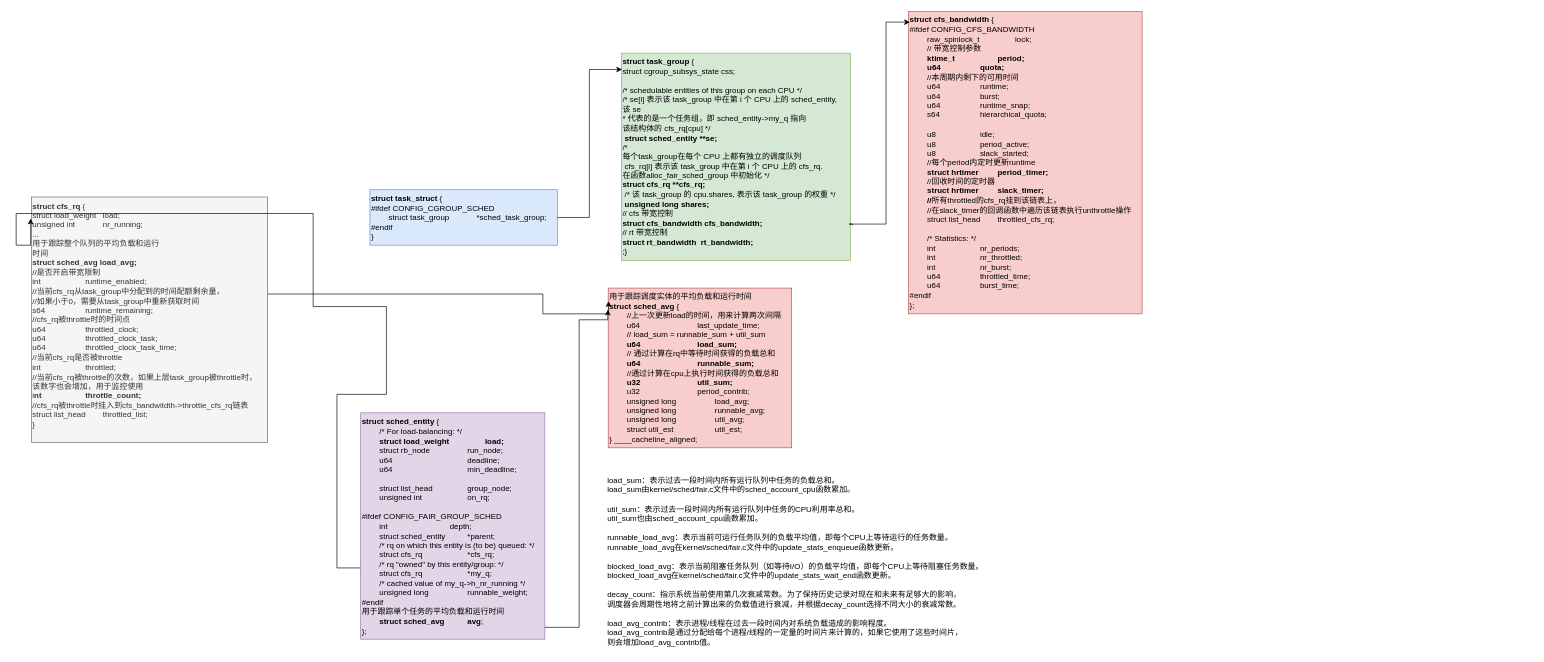
The draw.io diagram page "group" (5 of 5) of kernel.drawio in chentao-kernel/drawio, before the edit. Source tidied: cells renumbered, new cells numbered last; positions are measured from the earlier drawing's top-left corner, leaving out a move shared by most shapes. Both pictures are drawn from the tidied source at 66%, with x=0, y=0 at pixel (16, 11).
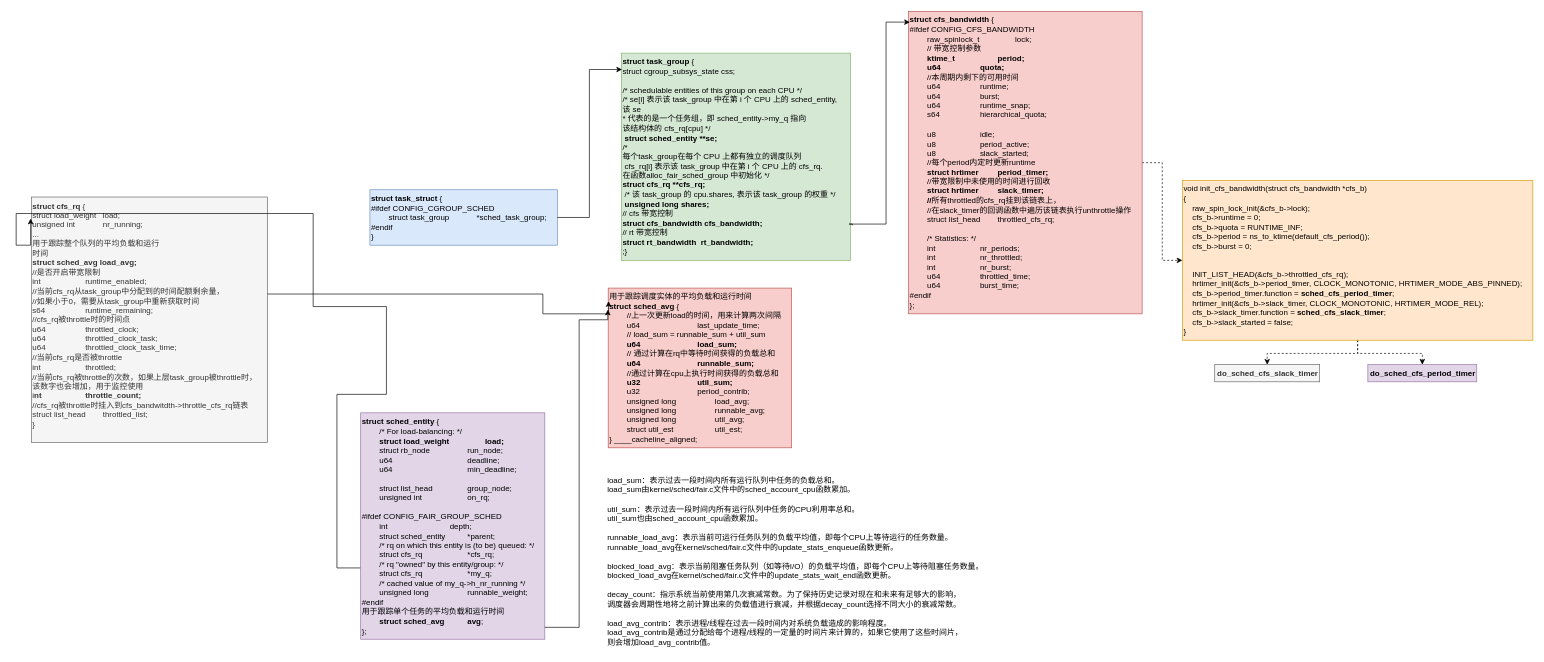
The same page after the edit.

Change to the diagram source:
```diff
@@
+    <mxCell id="14" style="edgeStyle=orthogonalEdgeStyle;rounded=0;jettySize=auto;html=1;dashed=1;" parent="1" edge="1" source="11" target="17">
+      <mxGeometry relative="1" as="geometry" />
+    </mxCell>
-    <mxCell id="11" value="&lt;div&gt;&lt;b&gt;struct cfs_bandwidth&lt;/b&gt; {&lt;/div&gt;&lt;div&gt;#ifdef CONFIG_CFS_BANDWIDTH&lt;/div&gt;&lt;div&gt;&lt;span style=&quot;white-space-collapse: collapse;&quot;&gt;&lt;span style=&quot;white-space-collapse: preserve;&quot;&gt;&#9;&lt;/span&gt;raw_spinlock_t&lt;span style=&quot;white-space-collapse: preserve;&quot;&gt;&#9;&#9;&lt;/span&gt;lock;&lt;/span&gt;&lt;/div&gt;&lt;div&gt;&lt;span style=&quot;white-space-collapse: collapse;&quot;&gt;&lt;span style=&quot;white-space: pre;&quot;&gt;&#9;&lt;/span&gt;// 带宽控制参数&lt;br&gt;&lt;/span&gt;&lt;/div&gt;&lt;div&gt;&lt;span style=&quot;white-space-collapse: collapse;&quot;&gt;&lt;b&gt;&lt;span style=&quot;white-space-collapse: preserve;&quot;&gt;&#9;&lt;/span&gt;ktime_t&lt;span style=&quot;white-space-collapse: preserve;&quot;&gt;&#9;&#9;&#9;&lt;/span&gt;period;&lt;/b&gt;&lt;/span&gt;&lt;/div&gt;&lt;div&gt;&lt;span style=&quot;white-space-collapse: collapse;&quot;&gt;&lt;b&gt;&lt;span style=&quot;white-space-collapse: preserve;&quot;&gt;&#9;&lt;/span&gt;u64&lt;span style=&quot;white-space-collapse: preserve;&quot;&gt;&#9;&#9;&#9;&lt;/span&gt;quota;&lt;/b&gt;&lt;/span&gt;&lt;/div&gt;&lt;div&gt;&lt;span style=&quot;white-space-collapse: collapse;&quot;&gt;&lt;span style=&quot;white-space: pre;&quot;&gt;&#9;&lt;/span&gt;//本周期内剩下的可用时间&lt;br&gt;&lt;/span&gt;&lt;/div&gt;&lt;div&gt;&lt;span style=&quot;white-space-collapse: collapse;&quot;&gt;&lt;span style=&quot;white-space-collapse: preserve;&quot;&gt;&#9;&lt;/span&gt;u64&lt;span style=&quot;white-space-collapse: preserve;&quot;&gt;&#9;&#9;&#9;&lt;/span&gt;runtime;&lt;/span&gt;&lt;/div&gt;&lt;div&gt;&lt;span style=&quot;white-space-collapse: collapse;&quot;&gt;&lt;span style=&quot;white-space-collapse: preserve;&quot;&gt;&#9;&lt;/span&gt;u64&lt;span style=&quot;white-space-collapse: preserve;&quot;&gt;&#9;&#9;&#9;&lt;/span&gt;burst;&lt;/span&gt;&lt;/div&gt;&lt;div&gt;&lt;span style=&quot;white-space-collapse: collapse;&quot;&gt;&lt;span style=&quot;white-space-collapse: preserve;&quot;&gt;&#9;&lt;/span&gt;u64&lt;span style=&quot;white-space-collapse: preserve;&quot;&gt;&#9;&#9;&#9;&lt;/span&gt;runtime_snap;&lt;/span&gt;&lt;/div&gt;&lt;div&gt;&lt;span style=&quot;white-space-collapse: collapse;&quot;&gt;&lt;span style=&quot;white-space-collapse: preserve;&quot;&gt;&#9;&lt;/span&gt;s64&lt;span style=&quot;white-space-collapse: preserve;&quot;&gt;&#9;&#9;&#9;&lt;/span&gt;hierarchical_quota;&lt;/span&gt;&lt;/div&gt;&lt;div&gt;&lt;br&gt;&lt;/div&gt;&lt;div&gt;&lt;span style=&quot;white-space-collapse: collapse;&quot;&gt;&lt;span style=&quot;white-space-collapse: preserve;&quot;&gt;&#9;&lt;/span&gt;u8&lt;span style=&quot;white-space-collapse: preserve;&quot;&gt;&#9;&#9;&#9;&lt;/span&gt;idle;&lt;/span&gt;&lt;/div&gt;&lt;div&gt;&lt;span style=&quot;white-space-collapse: collapse;&quot;&gt;&lt;span style=&quot;white-space-collapse: preserve;&quot;&gt;&#9;&lt;/span&gt;u8&lt;span style=&quot;white-space-collapse: preserve;&quot;&gt;&#9;&#9;&#9;&lt;/span&gt;period_active;&lt;/span&gt;&lt;/div&gt;&lt;div&gt;&lt;span style=&quot;white-space-collapse: collapse;&quot;&gt;&lt;span style=&quot;white-space-collapse: preserve;&quot;&gt;&#9;&lt;/span&gt;u8&lt;span style=&quot;white-space-collapse: preserve;&quot;&gt;&#9;&#9;&#9;&lt;/span&gt;slack_started;&lt;/span&gt;&lt;/div&gt;&lt;div&gt;&lt;span style=&quot;white-space-collapse: collapse;&quot;&gt;&lt;span style=&quot;white-space: pre;&quot;&gt;&#9;&lt;/span&gt;//&lt;/span&gt;&lt;span style=&quot;background-color: initial;&quot;&gt;每个period内定时更新runtime&lt;/span&gt;&lt;span style=&quot;white-space-collapse: collapse;&quot;&gt;&lt;br&gt;&lt;/span&gt;&lt;/div&gt;&lt;div&gt;&lt;span style=&quot;white-space-collapse: collapse;&quot;&gt;&lt;b&gt;&lt;span style=&quot;white-space-collapse: preserve;&quot;&gt;&#9;&lt;/span&gt;struct hrtimer&lt;span style=&quot;white-space-collapse: preserve;&quot;&gt;&#9;&#9;&lt;/span&gt;period_timer;&lt;/b&gt;&lt;/span&gt;&lt;/div&gt;&lt;div&gt;&lt;span style=&quot;white-space-collapse: collapse;&quot;&gt;&lt;span style=&quot;font-weight: bold; white-space: pre;&quot;&gt;&#9;&lt;/span&gt;//回收时间的定时器&lt;br&gt;&lt;/span&gt;&lt;/div&gt;&lt;div&gt;&lt;span style=&quot;white-space-collapse: collapse;&quot;&gt;&lt;b&gt;&lt;span style=&quot;white-space-collapse: preserve;&quot;&gt;&#9;&lt;/span&gt;struct hrtimer&lt;span style=&quot;white-space-collapse: preserve;&quot;&gt;&#9;&#9;&lt;/span&gt;slack_timer;&lt;/b&gt;&lt;/span&gt;&lt;/div&gt;&lt;div&gt;&lt;span style=&quot;white-space-collapse: collapse;&quot;&gt;&lt;b&gt;&lt;span style=&quot;white-space: pre;&quot;&gt;&#9;&lt;/span&gt;//&lt;/b&gt;&lt;/span&gt;&lt;span style=&quot;background-color: initial;&quot;&gt;所有throttled的cfs_rq挂到该链表上，&lt;/span&gt;&lt;/div&gt;&lt;div&gt;&lt;span style=&quot;background-color: initial;&quot;&gt;&lt;span style=&quot;white-space: pre;&quot;&gt;&#9;&lt;/span&gt;//在slack_timer的回调函数中遍历该链表执行unthrottle操作&lt;/span&gt;&lt;span style=&quot;white-space-collapse: collapse;&quot;&gt;&lt;b&gt;&lt;br&gt;&lt;/b&gt;&lt;/span&gt;&lt;/div&gt;&lt;div&gt;&lt;span style=&quot;white-space-collapse: collapse;&quot;&gt;&lt;span style=&quot;white-space-collapse: preserve;&quot;&gt;&#9;&lt;/span&gt;struct list_head&lt;span style=&quot;white-space-collapse: preserve;&quot;&gt;&#9;&lt;/span&gt;throttled_cfs_rq;&lt;/span&gt;&lt;/div&gt;&lt;div&gt;&lt;br&gt;&lt;/div&gt;&lt;div&gt;&lt;span style=&quot;white-space-collapse: collapse;&quot;&gt;&lt;span style=&quot;white-space-collapse: preserve;&quot;&gt;&#9;&lt;/span&gt;/* Statistics: */&lt;/span&gt;&lt;/div&gt;&lt;div&gt;&lt;span style=&quot;white-space-collapse: collapse;&quot;&gt;&lt;span style=&quot;white-space-collapse: preserve;&quot;&gt;&#9;&lt;/span&gt;int&lt;span style=&quot;white-space-collapse: preserve;&quot;&gt;&#9;&#9;&#9;&lt;/span&gt;nr_periods;&lt;/span&gt;&lt;/div&gt;&lt;div&gt;&lt;span style=&quot;white-space-collapse: collapse;&quot;&gt;&lt;span style=&quot;white-space-collapse: preserve;&quot;&gt;&#9;&lt;/span&gt;int&lt;span style=&quot;white-space-collapse: preserve;&quot;&gt;&#9;&#9;&#9;&lt;/span&gt;nr_throttled;&lt;/span&gt;&lt;/div&gt;&lt;div&gt;&lt;span style=&quot;white-space-collapse: collapse;&quot;&gt;&lt;span style=&quot;white-space-collapse: preserve;&quot;&gt;&#9;&lt;/span&gt;int&lt;span style=&quot;white-space-collapse: preserve;&quot;&gt;&#9;&#9;&#9;&lt;/span&gt;nr_burst;&lt;/span&gt;&lt;/div&gt;&lt;div&gt;&lt;span style=&quot;white-space-collapse: collapse;&quot;&gt;&lt;span style=&quot;white-space-collapse: preserve;&quot;&gt;&#9;&lt;/span&gt;u64&lt;span style=&quot;white-space-collapse: preserve;&quot;&gt;&#9;&#9;&#9;&lt;/span&gt;throttled_time;&lt;/span&gt;&lt;/div&gt;&lt;div&gt;&lt;span style=&quot;white-space-collapse: collapse;&quot;&gt;&lt;span style=&quot;white-space-collapse: preserve;&quot;&gt;&#9;&lt;/span&gt;u64&lt;span style=&quot;white-space-collapse: preserve;&quot;&gt;&#9;&#9;&#9;&lt;/span&gt;burst_time;&lt;/span&gt;&lt;/div&gt;&lt;div&gt;#endif&lt;/div&gt;&lt;div&gt;};&lt;/div&gt;" style="text;html=1;align=left;verticalAlign=middle;points=[];strokeColor=#b85450;fillColor=#f8cecc;" parent="1" vertex="1">
+    <mxCell id="11" value="&lt;div&gt;&lt;b&gt;struct cfs_bandwidth&lt;/b&gt; {&lt;/div&gt;&lt;div&gt;#ifdef CONFIG_CFS_BANDWIDTH&lt;/div&gt;&lt;div&gt;&lt;span style=&quot;white-space-collapse: collapse;&quot;&gt;&lt;span style=&quot;white-space-collapse: preserve;&quot;&gt;&#9;&lt;/span&gt;raw_spinlock_t&lt;span style=&quot;white-space-collapse: preserve;&quot;&gt;&#9;&#9;&lt;/span&gt;lock;&lt;/span&gt;&lt;/div&gt;&lt;div&gt;&lt;span style=&quot;white-space-collapse: collapse;&quot;&gt;&lt;span style=&quot;white-space: pre;&quot;&gt;&#9;&lt;/span&gt;// 带宽控制参数&lt;br&gt;&lt;/span&gt;&lt;/div&gt;&lt;div&gt;&lt;span style=&quot;white-space-collapse: collapse;&quot;&gt;&lt;b&gt;&lt;span style=&quot;white-space-collapse: preserve;&quot;&gt;&#9;&lt;/span&gt;ktime_t&lt;span style=&quot;white-space-collapse: preserve;&quot;&gt;&#9;&#9;&#9;&lt;/span&gt;period;&lt;/b&gt;&lt;/span&gt;&lt;/div&gt;&lt;div&gt;&lt;span style=&quot;white-space-collapse: collapse;&quot;&gt;&lt;b&gt;&lt;span style=&quot;white-space-collapse: preserve;&quot;&gt;&#9;&lt;/span&gt;u64&lt;span style=&quot;white-space-collapse: preserve;&quot;&gt;&#9;&#9;&#9;&lt;/span&gt;quota;&lt;/b&gt;&lt;/span&gt;&lt;/div&gt;&lt;div&gt;&lt;span style=&quot;white-space-collapse: collapse;&quot;&gt;&lt;span style=&quot;white-space: pre;&quot;&gt;&#9;&lt;/span&gt;//本周期内剩下的可用时间&lt;br&gt;&lt;/span&gt;&lt;/div&gt;&lt;div&gt;&lt;span style=&quot;white-space-collapse: collapse;&quot;&gt;&lt;span style=&quot;white-space-collapse: preserve;&quot;&gt;&#9;&lt;/span&gt;u64&lt;span style=&quot;white-space-collapse: preserve;&quot;&gt;&#9;&#9;&#9;&lt;/span&gt;runtime;&lt;/span&gt;&lt;/div&gt;&lt;div&gt;&lt;span style=&quot;white-space-collapse: collapse;&quot;&gt;&lt;span style=&quot;white-space-collapse: preserve;&quot;&gt;&#9;&lt;/span&gt;u64&lt;span style=&quot;white-space-collapse: preserve;&quot;&gt;&#9;&#9;&#9;&lt;/span&gt;burst;&lt;/span&gt;&lt;/div&gt;&lt;div&gt;&lt;span style=&quot;white-space-collapse: collapse;&quot;&gt;&lt;span style=&quot;white-space-collapse: preserve;&quot;&gt;&#9;&lt;/span&gt;u64&lt;span style=&quot;white-space-collapse: preserve;&quot;&gt;&#9;&#9;&#9;&lt;/span&gt;runtime_snap;&lt;/span&gt;&lt;/div&gt;&lt;div&gt;&lt;span style=&quot;white-space-collapse: collapse;&quot;&gt;&lt;span style=&quot;white-space-collapse: preserve;&quot;&gt;&#9;&lt;/span&gt;s64&lt;span style=&quot;white-space-collapse: preserve;&quot;&gt;&#9;&#9;&#9;&lt;/span&gt;hierarchical_quota;&lt;/span&gt;&lt;/div&gt;&lt;div&gt;&lt;br&gt;&lt;/div&gt;&lt;div&gt;&lt;span style=&quot;white-space-collapse: collapse;&quot;&gt;&lt;span style=&quot;white-space-collapse: preserve;&quot;&gt;&#9;&lt;/span&gt;u8&lt;span style=&quot;white-space-collapse: preserve;&quot;&gt;&#9;&#9;&#9;&lt;/span&gt;idle;&lt;/span&gt;&lt;/div&gt;&lt;div&gt;&lt;span style=&quot;white-space-collapse: collapse;&quot;&gt;&lt;span style=&quot;white-space-collapse: preserve;&quot;&gt;&#9;&lt;/span&gt;u8&lt;span style=&quot;white-space-collapse: preserve;&quot;&gt;&#9;&#9;&#9;&lt;/span&gt;period_active;&lt;/span&gt;&lt;/div&gt;&lt;div&gt;&lt;span style=&quot;white-space-collapse: collapse;&quot;&gt;&lt;span style=&quot;white-space-collapse: preserve;&quot;&gt;&#9;&lt;/span&gt;u8&lt;span style=&quot;white-space-collapse: preserve;&quot;&gt;&#9;&#9;&#9;&lt;/span&gt;slack_started;&lt;/span&gt;&lt;/div&gt;&lt;div&gt;&lt;span style=&quot;white-space-collapse: collapse;&quot;&gt;&lt;span style=&quot;white-space: pre;&quot;&gt;&#9;&lt;/span&gt;//&lt;/span&gt;&lt;span style=&quot;background-color: initial;&quot;&gt;每个period内定时更新runtime&lt;/span&gt;&lt;span style=&quot;white-space-collapse: collapse;&quot;&gt;&lt;br&gt;&lt;/span&gt;&lt;/div&gt;&lt;div&gt;&lt;span style=&quot;white-space-collapse: collapse;&quot;&gt;&lt;b&gt;&lt;span style=&quot;white-space-collapse: preserve;&quot;&gt;&#9;&lt;/span&gt;struct hrtimer&lt;span style=&quot;white-space-collapse: preserve;&quot;&gt;&#9;&#9;&lt;/span&gt;period_timer;&lt;/b&gt;&lt;/span&gt;&lt;/div&gt;&lt;div&gt;&lt;span style=&quot;white-space-collapse: collapse;&quot;&gt;&lt;span style=&quot;font-weight: bold; white-space: pre;&quot;&gt;&#9;&lt;/span&gt;//带宽限制中未使用的时间进行回收&lt;br&gt;&lt;/span&gt;&lt;/div&gt;&lt;div&gt;&lt;span style=&quot;white-space-collapse: collapse;&quot;&gt;&lt;b&gt;&lt;span style=&quot;white-space-collapse: preserve;&quot;&gt;&#9;&lt;/span&gt;struct hrtimer&lt;span style=&quot;white-space-collapse: preserve;&quot;&gt;&#9;&#9;&lt;/span&gt;slack_timer;&lt;/b&gt;&lt;/span&gt;&lt;/div&gt;&lt;div&gt;&lt;span style=&quot;white-space-collapse: collapse;&quot;&gt;&lt;b&gt;&lt;span style=&quot;white-space: pre;&quot;&gt;&#9;&lt;/span&gt;//&lt;/b&gt;&lt;/span&gt;&lt;span style=&quot;background-color: initial;&quot;&gt;所有throttled的cfs_rq挂到该链表上，&lt;/span&gt;&lt;/div&gt;&lt;div&gt;&lt;span style=&quot;background-color: initial;&quot;&gt;&lt;span style=&quot;white-space: pre;&quot;&gt;&#9;&lt;/span&gt;//在slack_timer的回调函数中遍历该链表执行unthrottle操作&lt;/span&gt;&lt;span style=&quot;white-space-collapse: collapse;&quot;&gt;&lt;b&gt;&lt;br&gt;&lt;/b&gt;&lt;/span&gt;&lt;/div&gt;&lt;div&gt;&lt;span style=&quot;white-space-collapse: collapse;&quot;&gt;&lt;span style=&quot;white-space-collapse: preserve;&quot;&gt;&#9;&lt;/span&gt;struct list_head&lt;span style=&quot;white-space-collapse: preserve;&quot;&gt;&#9;&lt;/span&gt;throttled_cfs_rq;&lt;/span&gt;&lt;/div&gt;&lt;div&gt;&lt;br&gt;&lt;/div&gt;&lt;div&gt;&lt;span style=&quot;white-space-collapse: collapse;&quot;&gt;&lt;span style=&quot;white-space-collapse: preserve;&quot;&gt;&#9;&lt;/span&gt;/* Statistics: */&lt;/span&gt;&lt;/div&gt;&lt;div&gt;&lt;span style=&quot;white-space-collapse: collapse;&quot;&gt;&lt;span style=&quot;white-space-collapse: preserve;&quot;&gt;&#9;&lt;/span&gt;int&lt;span style=&quot;white-space-collapse: preserve;&quot;&gt;&#9;&#9;&#9;&lt;/span&gt;nr_periods;&lt;/span&gt;&lt;/div&gt;&lt;div&gt;&lt;span style=&quot;white-space-collapse: collapse;&quot;&gt;&lt;span style=&quot;white-space-collapse: preserve;&quot;&gt;&#9;&lt;/span&gt;int&lt;span style=&quot;white-space-collapse: preserve;&quot;&gt;&#9;&#9;&#9;&lt;/span&gt;nr_throttled;&lt;/span&gt;&lt;/div&gt;&lt;div&gt;&lt;span style=&quot;white-space-collapse: collapse;&quot;&gt;&lt;span style=&quot;white-space-collapse: preserve;&quot;&gt;&#9;&lt;/span&gt;int&lt;span style=&quot;white-space-collapse: preserve;&quot;&gt;&#9;&#9;&#9;&lt;/span&gt;nr_burst;&lt;/span&gt;&lt;/div&gt;&lt;div&gt;&lt;span style=&quot;white-space-collapse: collapse;&quot;&gt;&lt;span style=&quot;white-space-collapse: preserve;&quot;&gt;&#9;&lt;/span&gt;u64&lt;span style=&quot;white-space-collapse: preserve;&quot;&gt;&#9;&#9;&#9;&lt;/span&gt;throttled_time;&lt;/span&gt;&lt;/div&gt;&lt;div&gt;&lt;span style=&quot;white-space-collapse: collapse;&quot;&gt;&lt;span style=&quot;white-space-collapse: preserve;&quot;&gt;&#9;&lt;/span&gt;u64&lt;span style=&quot;white-space-collapse: preserve;&quot;&gt;&#9;&#9;&#9;&lt;/span&gt;burst_time;&lt;/span&gt;&lt;/div&gt;&lt;div&gt;#endif&lt;/div&gt;&lt;div&gt;};&lt;/div&gt;" style="text;html=1;align=left;verticalAlign=middle;points=[];strokeColor=#b85450;fillColor=#f8cecc;" parent="1" vertex="1">
       <mxGeometry x="1352" width="354" height="458" as="geometry" />
     </mxCell>
@@
+    <mxCell id="15" style="edgeStyle=orthogonalEdgeStyle;rounded=0;jettySize=auto;html=1;dashed=1;" parent="1" edge="1" source="17" target="18">
+      <mxGeometry relative="1" as="geometry" />
+    </mxCell>
+    <mxCell id="16" style="edgeStyle=orthogonalEdgeStyle;rounded=0;jettySize=auto;html=1;dashed=1;" parent="1" edge="1" source="17" target="19">
+      <mxGeometry relative="1" as="geometry" />
+    </mxCell>
+    <mxCell id="17" value="void init_cfs_bandwidth(struct cfs_bandwidth *cfs_b)&lt;br&gt;{&lt;br&gt;&amp;nbsp;&amp;nbsp;&amp;nbsp;&amp;nbsp;raw_spin_lock_init(&amp;amp;cfs_b-&amp;gt;lock);&lt;br&gt;&amp;nbsp;&amp;nbsp;&amp;nbsp;&amp;nbsp;cfs_b-&amp;gt;runtime = 0;&lt;br&gt;&amp;nbsp;&amp;nbsp;&amp;nbsp;&amp;nbsp;cfs_b-&amp;gt;quota = RUNTIME_INF;&lt;br&gt;&amp;nbsp;&amp;nbsp;&amp;nbsp;&amp;nbsp;cfs_b-&amp;gt;period = ns_to_ktime(default_cfs_period());&lt;br&gt;&amp;nbsp;&amp;nbsp;&amp;nbsp;&amp;nbsp;cfs_b-&amp;gt;burst = 0;&lt;br&gt;&lt;br&gt;&lt;br&gt;&amp;nbsp;&amp;nbsp;&amp;nbsp;&amp;nbsp;INIT_LIST_HEAD(&amp;amp;cfs_b-&amp;gt;throttled_cfs_rq);&lt;br&gt;&amp;nbsp;&amp;nbsp;&amp;nbsp;&amp;nbsp;hrtimer_init(&amp;amp;cfs_b-&amp;gt;period_timer, CLOCK_MONOTONIC, HRTIMER_MODE_ABS_PINNED);&lt;br&gt;&amp;nbsp;&amp;nbsp;&amp;nbsp;&amp;nbsp;cfs_b-&amp;gt;period_timer.function = &lt;b&gt;sched_cfs_period_timer&lt;/b&gt;;&lt;br&gt;&amp;nbsp;&amp;nbsp;&amp;nbsp;&amp;nbsp;hrtimer_init(&amp;amp;cfs_b-&amp;gt;slack_timer, CLOCK_MONOTONIC, HRTIMER_MODE_REL);&lt;br&gt;&amp;nbsp;&amp;nbsp;&amp;nbsp;&amp;nbsp;cfs_b-&amp;gt;slack_timer.function = &lt;b&gt;sched_cfs_slack_timer&lt;/b&gt;;&lt;br&gt;&amp;nbsp;&amp;nbsp;&amp;nbsp;&amp;nbsp;cfs_b-&amp;gt;slack_started = false;&lt;br&gt;}" style="text;html=1;align=left;verticalAlign=middle;points=[];strokeColor=#d79b00;fillColor=#ffe6cc;" parent="1" vertex="1">
+      <mxGeometry x="1767" y="256" width="531" height="242" as="geometry" />
+    </mxCell>
+    <mxCell id="18" value="do_sched_cfs_slack_timer" style="text;html=1;align=center;verticalAlign=middle;points=[];strokeColor=#666666;fillColor=#f5f5f5;fontStyle=1;fontColor=#333333;" parent="1" vertex="1">
+      <mxGeometry x="1816" y="535" width="159" height="26" as="geometry" />
+    </mxCell>
+    <mxCell id="19" value="do_sched_cfs_period_timer" style="text;html=1;align=center;verticalAlign=middle;points=[];strokeColor=#9673a6;fillColor=#e1d5e7;fontStyle=1;" parent="1" vertex="1">
+      <mxGeometry x="2048" y="535" width="165" height="26" as="geometry" />
+    </mxCell>
```
